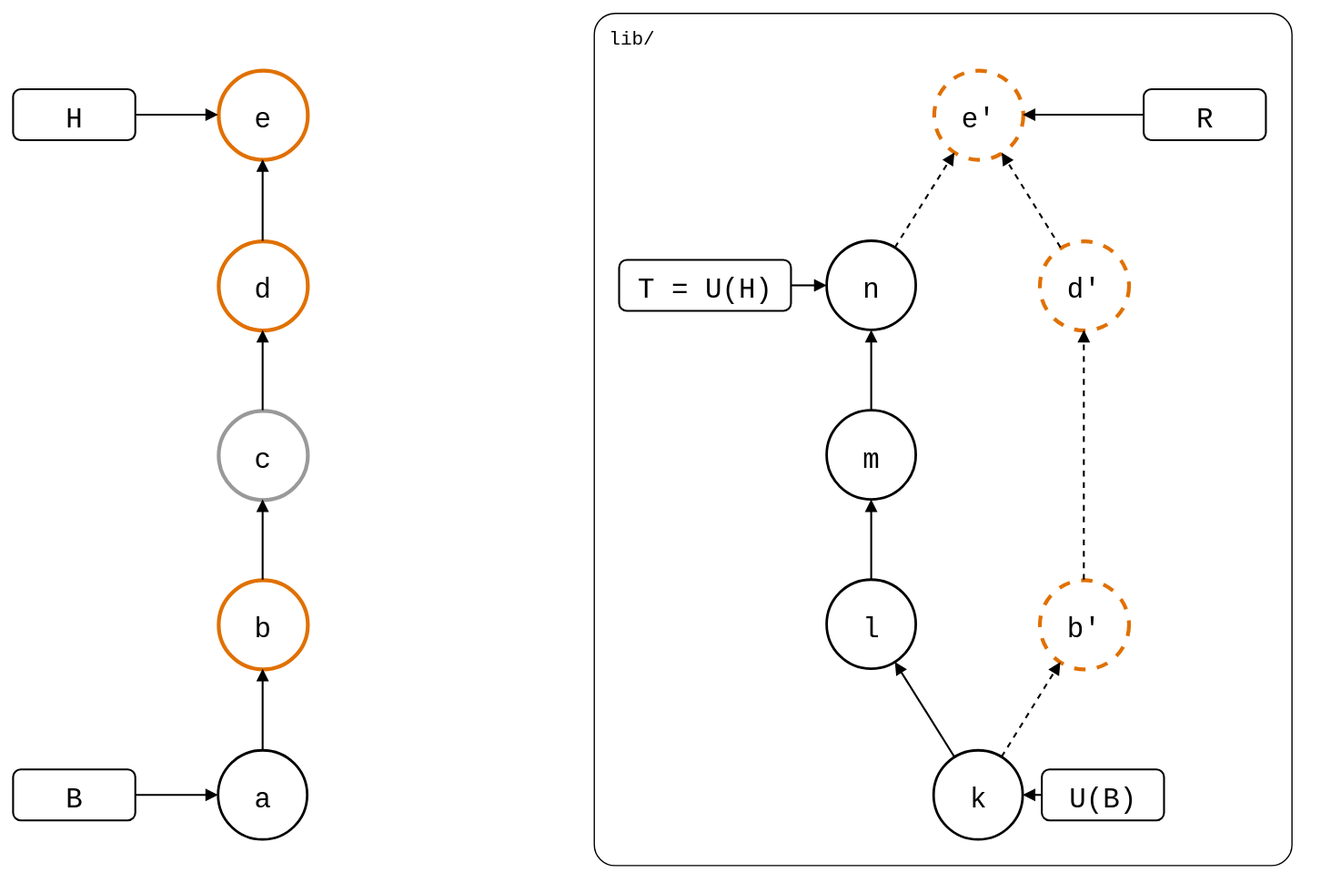
The draw.io diagram test/scenarios/01-everyday-sync/01-sync-model/01-after-pull/after-pull.drawio.svg in roschaefer/git-splice, before a commit. Source tidied: cells renumbered, new cells last; positions are measured from the earlier drawing's top-left corner, leaving out a move shared by most shapes.
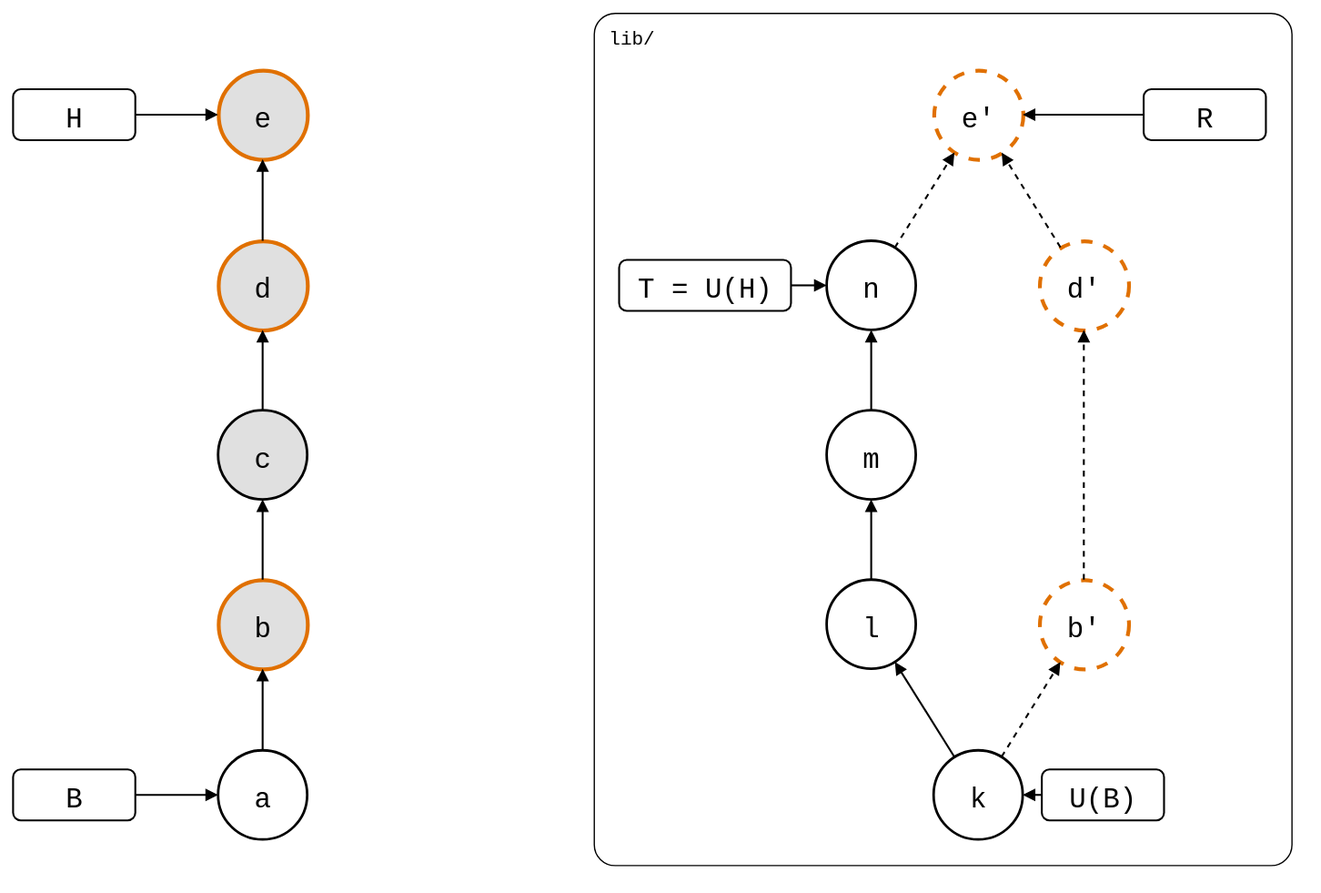
The same file after the commit.

Change to the diagram source:
```diff
@@ -8,16 +8,16 @@
     <mxCell id="3" value="a" style="ellipse;strokeWidth=2;fontSize=22;fontFamily=Roboto Mono,monospace;" parent="1" vertex="1">
       <mxGeometry x="161" y="579" width="70" height="70" as="geometry" />
     </mxCell>
-    <mxCell id="4" value="b" style="ellipse;fontSize=22;fontFamily=Roboto Mono,monospace;strokeColor=#E07000;strokeWidth=3;" parent="1" vertex="1">
+    <mxCell id="4" value="b" style="ellipse;fontSize=22;fontFamily=Roboto Mono,monospace;fillColor=#E0E0E0;strokeColor=#E07000;strokeWidth=3;" parent="1" vertex="1">
       <mxGeometry x="161" y="445" width="70" height="70" as="geometry" />
     </mxCell>
-    <mxCell id="5" value="c" style="ellipse;fontSize=22;fontFamily=Roboto Mono,monospace;strokeColor=#999999;strokeWidth=3;" parent="1" vertex="1">
+    <mxCell id="5" value="c" style="ellipse;fontSize=22;fontFamily=Roboto Mono,monospace;strokeWidth=2;fillColor=#E0E0E0;" parent="1" vertex="1">
       <mxGeometry x="161" y="312" width="70" height="70" as="geometry" />
     </mxCell>
-    <mxCell id="6" value="d" style="ellipse;fontSize=22;fontFamily=Roboto Mono,monospace;strokeColor=#E07000;strokeWidth=3;" parent="1" vertex="1">
+    <mxCell id="6" value="d" style="ellipse;fontSize=22;fontFamily=Roboto Mono,monospace;fillColor=#E0E0E0;strokeColor=#E07000;strokeWidth=3;" parent="1" vertex="1">
       <mxGeometry x="161" y="179" width="70" height="70" as="geometry" />
     </mxCell>
-    <mxCell id="7" value="e" style="ellipse;fontSize=22;fontFamily=Roboto Mono,monospace;strokeColor=#E07000;strokeWidth=3;" parent="1" vertex="1">
+    <mxCell id="7" value="e" style="ellipse;fontSize=22;fontFamily=Roboto Mono,monospace;fillColor=#E0E0E0;strokeColor=#E07000;strokeWidth=3;" parent="1" vertex="1">
       <mxGeometry x="161" y="45" width="70" height="70" as="geometry" />
     </mxCell>
     <mxCell id="8" value="k" style="ellipse;strokeWidth=2;fontSize=22;fontFamily=Roboto Mono,monospace;" parent="1" vertex="1">
```
